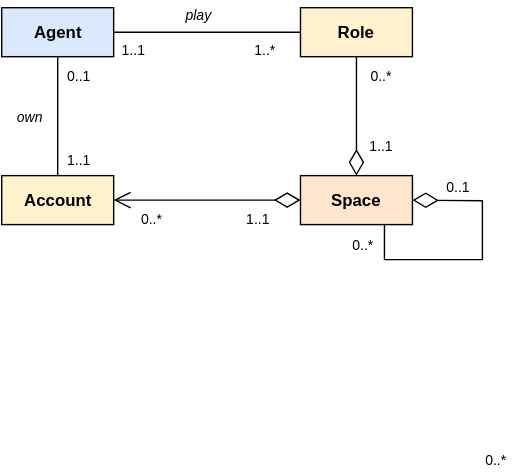
Before: docs/diagrams/base_model.drawio.svg, a diagram exported from draw.io (MalcomChumchouaPenda/MC-AB-SFC2). Source tidied: cells renumbered, new cells last; positions are measured from the earlier drawing's top-left corner, leaving out a move shared by most shapes.
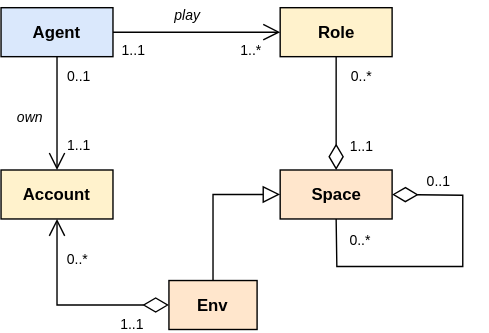
Above is the later version.

Diff of the diagram source:
```diff
@@ -3,76 +3,79 @@
     <mxCell id="0" />
     <mxCell id="1" parent="0" />
     <mxCell id="2" value="0..1" style="text;html=1;align=center;verticalAlign=middle;whiteSpace=wrap;rounded=0;fontSize=10;strokeColor=none;fontStyle=0;" parent="1" vertex="1">
-      <mxGeometry x="317" y="125" width="20" height="15" as="geometry" />
+      <mxGeometry x="286.5" y="86" width="20" height="15" as="geometry" />
     </mxCell>
-    <mxCell id="3" value="0..*" style="text;html=1;align=center;verticalAlign=middle;whiteSpace=wrap;rounded=0;fontSize=10;strokeColor=none;fontStyle=0;" parent="1" vertex="1">
-      <mxGeometry x="339" y="318" width="30" height="20" as="geometry" />
-    </mxCell>
-    <mxCell id="4" style="edgeStyle=orthogonalEdgeStyle;html=1;entryX=0;entryY=0.5;entryDx=0;entryDy=0;endArrow=none;endFill=0;endSize=10;startSize=10;strokeColor=#000000;fontStyle=1;exitX=1;exitY=0.5;exitDx=0;exitDy=0;rounded=0;curved=0;" parent="1" edge="1" source="5" target="6">
+    <mxCell id="4" style="edgeStyle=orthogonalEdgeStyle;html=1;entryX=0;entryY=0.5;entryDx=0;entryDy=0;endArrow=open;endFill=0;endSize=10;startSize=10;strokeColor=#000000;fontStyle=1;exitX=1;exitY=0.5;exitDx=0;exitDy=0;rounded=0;curved=0;" parent="1" edge="1" source="5" target="6">
       <mxGeometry relative="1" as="geometry" />
     </mxCell>
     <mxCell id="5" value="&lt;b&gt;Agent&lt;/b&gt;" style="html=1;whiteSpace=wrap;fillColor=#dae8fc;strokeColor=#000000;" parent="1" vertex="1">
-      <mxGeometry x="0.5" y="5" width="80" height="35" as="geometry" />
+      <mxGeometry x="-16" y="-30" width="80" height="35" as="geometry" />
     </mxCell>
     <mxCell id="6" value="&lt;b&gt;Role&lt;/b&gt;" style="html=1;whiteSpace=wrap;fillColor=#fff2cc;strokeColor=#000000;" parent="1" vertex="1">
-      <mxGeometry x="214" y="5" width="80" height="35" as="geometry" />
+      <mxGeometry x="183.5" y="-30" width="80" height="35" as="geometry" />
     </mxCell>
-    <mxCell id="7" style="edgeStyle=orthogonalEdgeStyle;html=1;entryX=1;entryY=0.5;entryDx=0;entryDy=0;rounded=0;strokeColor=#000000;endArrow=open;endFill=0;startArrow=diamondThin;startFill=0;endSize=10;startSize=16;exitX=0;exitY=0.5;exitDx=0;exitDy=0;" parent="1" edge="1" source="8" target="9">
+    <mxCell id="7" style="edgeStyle=orthogonalEdgeStyle;html=1;entryX=0.5;entryY=1;entryDx=0;entryDy=0;rounded=0;strokeColor=#000000;endArrow=open;endFill=0;startArrow=diamondThin;startFill=0;endSize=10;startSize=16;exitX=0;exitY=0.5;exitDx=0;exitDy=0;" parent="1" edge="1" source="25" target="9">
       <mxGeometry relative="1" as="geometry" />
     </mxCell>
+    <mxCell id="24" style="edgeStyle=orthogonalEdgeStyle;html=1;entryX=0.5;entryY=0;entryDx=0;entryDy=0;exitX=0;exitY=0.5;exitDx=0;exitDy=0;rounded=0;curved=0;startArrow=block;startFill=0;endArrow=none;endFill=0;endSize=10;startSize=10;" parent="1" edge="1" source="8" target="25">
+      <mxGeometry relative="1" as="geometry" />
+    </mxCell>
     <mxCell id="8" value="&lt;b&gt;Space&lt;/b&gt;" style="html=1;whiteSpace=wrap;fillColor=#ffe6cc;strokeColor=#000000;" parent="1" vertex="1">
-      <mxGeometry x="214" y="125" width="80" height="35" as="geometry" />
+      <mxGeometry x="183.5" y="86" width="80" height="35" as="geometry" />
     </mxCell>
     <mxCell id="9" value="&lt;b&gt;Account&lt;/b&gt;" style="html=1;whiteSpace=wrap;fillColor=#fff2cc;strokeColor=#000000;" parent="1" vertex="1">
-      <mxGeometry x="0.5" y="125" width="80" height="35" as="geometry" />
+      <mxGeometry x="-16" y="86" width="80" height="35" as="geometry" />
     </mxCell>
     <mxCell id="10" value="1..1" style="text;html=1;align=center;verticalAlign=middle;whiteSpace=wrap;rounded=0;fontSize=10;strokeColor=none;fontStyle=0;" parent="1" vertex="1">
-      <mxGeometry x="85" y="27" width="20" height="15" as="geometry" />
+      <mxGeometry x="68.5" y="-8" width="20" height="15" as="geometry" />
     </mxCell>
     <mxCell id="11" value="1..*" style="text;html=1;align=center;verticalAlign=middle;whiteSpace=wrap;rounded=0;fontSize=10;strokeColor=none;fontStyle=0;" parent="1" vertex="1">
-      <mxGeometry x="179" y="27" width="20" height="15" as="geometry" />
+      <mxGeometry x="152.5" y="-8" width="20" height="15" as="geometry" />
     </mxCell>
     <mxCell id="12" style="edgeStyle=orthogonalEdgeStyle;html=1;entryX=0.5;entryY=0;entryDx=0;entryDy=0;exitX=0.5;exitY=1;exitDx=0;exitDy=0;startArrow=none;startFill=0;endArrow=diamondThin;endFill=0;rounded=0;strokeColor=#000000;endSize=16;startSize=16;" parent="1" edge="1" source="6" target="8">
       <mxGeometry relative="1" as="geometry" />
     </mxCell>
-    <mxCell id="13" style="edgeStyle=orthogonalEdgeStyle;html=1;rounded=0;strokeColor=#000000;endArrow=none;endFill=0;startArrow=none;startFill=0;endSize=16;startSize=16;exitX=0.5;exitY=1;exitDx=0;exitDy=0;" parent="1" edge="1" source="5" target="9">
+    <mxCell id="13" style="edgeStyle=orthogonalEdgeStyle;html=1;rounded=0;strokeColor=#000000;endArrow=open;endFill=0;startArrow=none;startFill=0;endSize=10;startSize=10;exitX=0.5;exitY=1;exitDx=0;exitDy=0;" parent="1" edge="1" source="5" target="9">
       <mxGeometry relative="1" as="geometry" />
     </mxCell>
-    <mxCell id="14" style="endArrow=diamondThin;html=1;entryX=1;entryY=0.5;entryDx=0;entryDy=0;exitX=0.75;exitY=1;exitDx=0;exitDy=0;strokeColor=default;rounded=0;curved=0;endFill=0;endSize=16;startSize=16;" parent="1" edge="1" source="8" target="8">
+    <mxCell id="14" style="endArrow=diamondThin;html=1;entryX=1;entryY=0.5;entryDx=0;entryDy=0;exitX=0.5;exitY=1;exitDx=0;exitDy=0;strokeColor=default;rounded=0;curved=0;endFill=0;endSize=16;startSize=16;" parent="1" edge="1" source="8" target="8">
       <mxGeometry relative="1" as="geometry">
         <Array as="points">
-          <mxPoint x="274" y="185" />
-          <mxPoint x="344" y="185" />
-          <mxPoint x="344" y="143" />
+          <mxPoint x="224" y="155" />
+          <mxPoint x="314" y="155" />
+          <mxPoint x="314" y="104" />
         </Array>
       </mxGeometry>
     </mxCell>
     <mxCell id="15" value="own" style="text;html=1;align=center;verticalAlign=middle;whiteSpace=wrap;rounded=0;fontSize=10;strokeColor=none;fontStyle=2;" parent="1" vertex="1">
-      <mxGeometry x="6" y="73" width="30" height="20" as="geometry" />
+      <mxGeometry x="-10.5" y="38" width="30" height="20" as="geometry" />
     </mxCell>
     <mxCell id="16" value="0..*" style="text;html=1;align=center;verticalAlign=middle;whiteSpace=wrap;rounded=0;fontSize=10;strokeColor=none;fontStyle=0;" parent="1" vertex="1">
-      <mxGeometry x="249" y="167" width="20" height="15" as="geometry" />
+      <mxGeometry x="230.5" y="128" width="20" height="15" as="geometry" />
     </mxCell>
     <mxCell id="17" value="0..1" style="text;html=1;align=center;verticalAlign=middle;whiteSpace=wrap;rounded=0;fontSize=10;strokeColor=none;fontStyle=0;" parent="1" vertex="1">
-      <mxGeometry x="46" y="46" width="20" height="15" as="geometry" />
+      <mxGeometry x="29.5" y="11" width="20" height="15" as="geometry" />
     </mxCell>
     <mxCell id="18" value="play" style="text;html=1;align=center;verticalAlign=middle;whiteSpace=wrap;rounded=0;fontSize=10;strokeColor=none;fontStyle=2;" parent="1" vertex="1">
-      <mxGeometry x="121.5" width="39" height="20" as="geometry" />
+      <mxGeometry x="98" y="-35" width="39" height="20" as="geometry" />
     </mxCell>
     <mxCell id="19" value="0..*" style="text;html=1;align=center;verticalAlign=middle;whiteSpace=wrap;rounded=0;fontSize=10;strokeColor=none;fontStyle=0;" parent="1" vertex="1">
-      <mxGeometry x="262" y="46" width="20" height="15" as="geometry" />
+      <mxGeometry x="231.5" y="11" width="20" height="15" as="geometry" />
     </mxCell>
     <mxCell id="20" value="1..1" style="text;html=1;align=center;verticalAlign=middle;whiteSpace=wrap;rounded=0;fontSize=10;strokeColor=none;fontStyle=0;" parent="1" vertex="1">
-      <mxGeometry x="46" y="106" width="20" height="15" as="geometry" />
+      <mxGeometry x="29.5" y="60" width="20" height="15" as="geometry" />
     </mxCell>
     <mxCell id="21" value="1..1" style="text;html=1;align=center;verticalAlign=middle;whiteSpace=wrap;rounded=0;fontSize=10;strokeColor=none;fontStyle=0;" parent="1" vertex="1">
-      <mxGeometry x="174" y="148" width="20" height="15" as="geometry" />
+      <mxGeometry x="68" y="188" width="20" height="15" as="geometry" />
     </mxCell>
     <mxCell id="22" value="0..*" style="text;html=1;align=center;verticalAlign=middle;whiteSpace=wrap;rounded=0;fontSize=10;strokeColor=none;fontStyle=0;" parent="1" vertex="1">
-      <mxGeometry x="98" y="148" width="20" height="15" as="geometry" />
+      <mxGeometry x="28.5" y="142" width="20" height="15" as="geometry" />
     </mxCell>
     <mxCell id="23" value="1..1" style="text;html=1;align=center;verticalAlign=middle;whiteSpace=wrap;rounded=0;fontSize=10;strokeColor=none;fontStyle=0;" parent="1" vertex="1">
-      <mxGeometry x="262" y="96" width="20" height="15" as="geometry" />
+      <mxGeometry x="231.5" y="61" width="20" height="15" as="geometry" />
     </mxCell>
+    <mxCell id="25" value="&lt;b&gt;Env&lt;/b&gt;" style="html=1;whiteSpace=wrap;fillColor=#ffe6cc;strokeColor=#000000;" parent="1" vertex="1">
+      <mxGeometry x="104" y="165" width="63" height="35" as="geometry" />
+    </mxCell>
   </root>
 </mxGraphModel>
```
